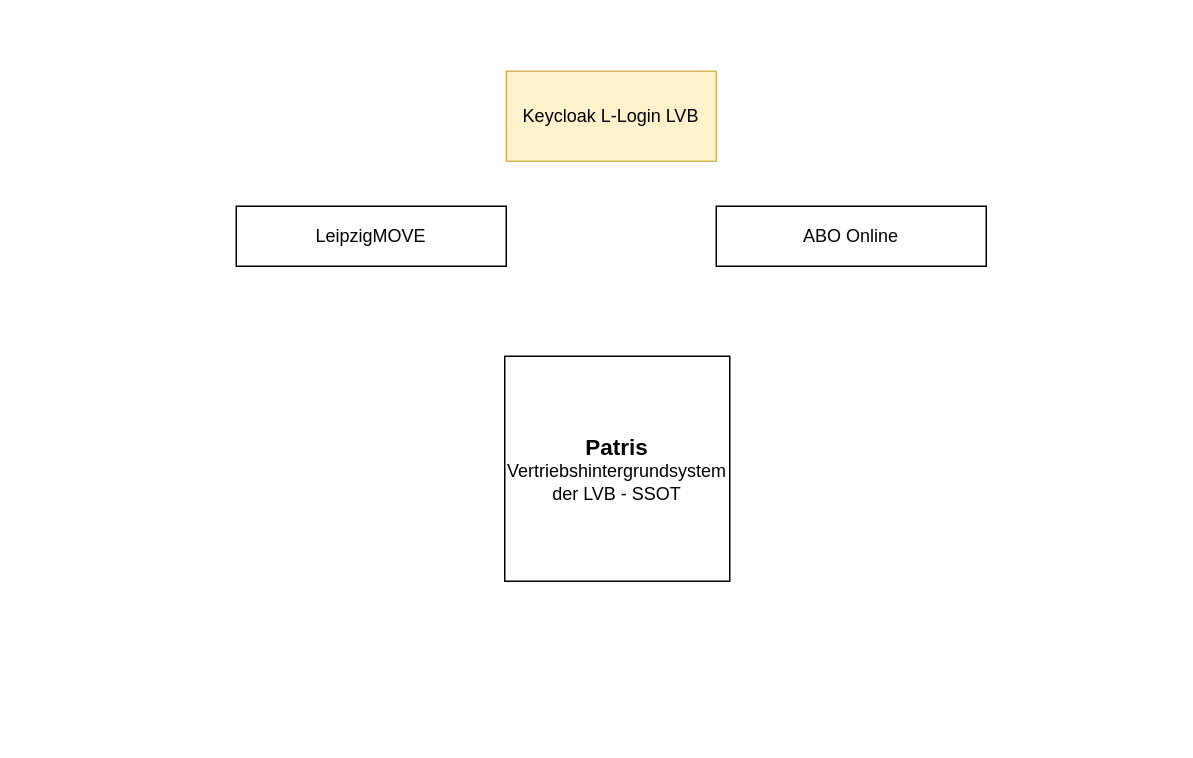
Earlier version of the draw.io diagram Untitled Diagram.drawio (MaLou2406/malou.github.io). Source tidied: cells renumbered, new cells numbered last; positions are measured from the earlier drawing's top-left corner, leaving out a move shared by most shapes. Both pictures are drawn from the tidied source at 150%, with x=0, y=0 at pixel (236, 70).
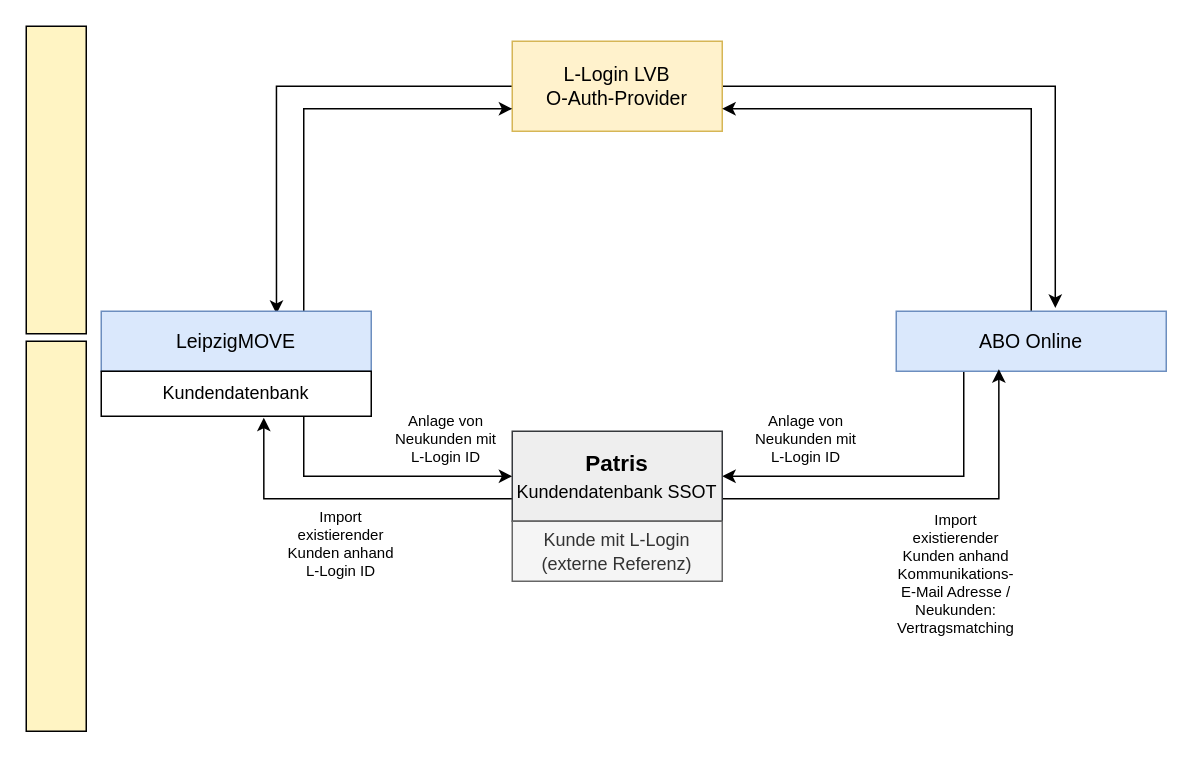
Above is the later version.

Diff of the diagram source:
```diff
@@
+    <mxCell id="6" style="edgeStyle=orthogonalEdgeStyle;rounded=0;jettySize=auto;html=1;exitX=1;exitY=0.5;exitDx=0;exitDy=0;entryX=0.589;entryY=-0.055;entryDx=0;entryDy=0;entryPerimeter=0;fontSize=10;" parent="1" edge="1" source="2" target="4">
+      <mxGeometry relative="1" as="geometry" />
+    </mxCell>
+    <mxCell id="7" style="edgeStyle=orthogonalEdgeStyle;rounded=0;jettySize=auto;html=1;exitX=0;exitY=0.5;exitDx=0;exitDy=0;entryX=0.649;entryY=0.045;entryDx=0;entryDy=0;fontSize=10;entryPerimeter=0;" parent="1" edge="1" source="2" target="3">
+      <mxGeometry relative="1" as="geometry" />
+    </mxCell>
-    <mxCell id="2" value="Keycloak L-Login LVB" style="rounded=0;whiteSpace=wrap;html=1;fillColor=#fff2cc;strokeColor=#d6b656;" parent="1" vertex="1">
-      <mxGeometry x="180" width="140" height="60" as="geometry" />
+    <mxCell id="2" value="L-Login LVB&lt;br&gt;O-Auth-Provider" style="rounded=0;whiteSpace=wrap;html=1;fillColor=#fff2cc;strokeColor=#d6b656;fontSize=13;" parent="1" vertex="1">
+      <mxGeometry x="184" y="-20" width="140" height="60" as="geometry" />
     </mxCell>
+    <mxCell id="8" style="edgeStyle=orthogonalEdgeStyle;rounded=0;jettySize=auto;html=1;exitX=0.75;exitY=0;exitDx=0;exitDy=0;entryX=0;entryY=0.75;entryDx=0;entryDy=0;fontSize=10;" parent="1" edge="1" source="3" target="2">
+      <mxGeometry relative="1" as="geometry" />
+    </mxCell>
-    <mxCell id="3" value="LeipzigMOVE" style="rounded=0;whiteSpace=wrap;html=1;" parent="1" vertex="1">
-      <mxGeometry y="90" width="180" height="40" as="geometry" />
+    <mxCell id="3" value="LeipzigMOVE" style="rounded=0;whiteSpace=wrap;html=1;fillColor=#dae8fc;strokeColor=#6c8ebf;fontSize=13;" parent="1" vertex="1">
+      <mxGeometry x="-90" y="160" width="180" height="40" as="geometry" />
     </mxCell>
+    <mxCell id="9" style="edgeStyle=orthogonalEdgeStyle;rounded=0;jettySize=auto;html=1;exitX=0.25;exitY=1;exitDx=0;exitDy=0;entryX=1;entryY=0.5;entryDx=0;entryDy=0;fontSize=10;" parent="1" edge="1" source="4" target="16">
+      <mxGeometry relative="1" as="geometry" />
+    </mxCell>
+    <mxCell id="10" style="edgeStyle=orthogonalEdgeStyle;rounded=0;jettySize=auto;html=1;exitX=0.5;exitY=0;exitDx=0;exitDy=0;entryX=1;entryY=0.75;entryDx=0;entryDy=0;fontSize=10;" parent="1" edge="1" source="4" target="2">
+      <mxGeometry relative="1" as="geometry" />
+    </mxCell>
-    <mxCell id="4" value="ABO Online" style="rounded=0;whiteSpace=wrap;html=1;" parent="1" vertex="1">
-      <mxGeometry x="320" y="90" width="180" height="40" as="geometry" />
+    <mxCell id="4" value="ABO Online" style="rounded=0;whiteSpace=wrap;html=1;fillColor=#dae8fc;strokeColor=#6c8ebf;fontSize=13;" parent="1" vertex="1">
+      <mxGeometry x="440" y="160" width="180" height="40" as="geometry" />
     </mxCell>
-    <mxCell id="5" value="&lt;font&gt;&lt;span style=&quot;font-size: 15px&quot;&gt;&lt;b&gt;Patris&lt;br&gt;&lt;/b&gt;&lt;/span&gt;&lt;/font&gt;Vertriebshintergrundsystem der LVB - SSOT" style="whiteSpace=wrap;html=1;" parent="1" vertex="1">
-      <mxGeometry x="179" y="190" width="150" height="150" as="geometry" />
-    </mxCell>
+    <mxCell id="11" style="edgeStyle=orthogonalEdgeStyle;rounded=0;jettySize=auto;html=1;exitX=0.75;exitY=1;exitDx=0;exitDy=0;entryX=0;entryY=0.5;entryDx=0;entryDy=0;fontSize=13;strokeColor=none;" parent="1" edge="1" source="13" target="16">
+      <mxGeometry relative="1" as="geometry" />
+    </mxCell>
+    <mxCell id="12" style="edgeStyle=orthogonalEdgeStyle;rounded=0;jettySize=auto;html=1;exitX=0.75;exitY=1;exitDx=0;exitDy=0;entryX=0;entryY=0.5;entryDx=0;entryDy=0;fontSize=13;" parent="1" edge="1" source="13" target="16">
+      <mxGeometry relative="1" as="geometry" />
+    </mxCell>
+    <mxCell id="13" value="Kundendatenbank" style="rounded=0;whiteSpace=wrap;html=1;fontSize=12;" parent="1" vertex="1">
+      <mxGeometry x="-90" y="200" width="180" height="30" as="geometry" />
+    </mxCell>
+    <mxCell id="14" style="edgeStyle=orthogonalEdgeStyle;rounded=0;jettySize=auto;html=1;exitX=0;exitY=0.75;exitDx=0;exitDy=0;entryX=0.602;entryY=1.033;entryDx=0;entryDy=0;entryPerimeter=0;fontSize=13;" parent="1" edge="1" source="16" target="13">
+      <mxGeometry relative="1" as="geometry" />
+    </mxCell>
+    <mxCell id="15" style="edgeStyle=orthogonalEdgeStyle;rounded=0;jettySize=auto;html=1;exitX=1;exitY=0.75;exitDx=0;exitDy=0;entryX=0.38;entryY=0.965;entryDx=0;entryDy=0;entryPerimeter=0;fontSize=10;" parent="1" edge="1" source="16" target="4">
+      <mxGeometry relative="1" as="geometry" />
+    </mxCell>
+    <mxCell id="16" value="&lt;font style=&quot;font-size: 12px&quot;&gt;&lt;span style=&quot;font-size: 15px&quot;&gt;&lt;b&gt;Patris&lt;br&gt;&lt;/b&gt;&lt;/span&gt;&lt;/font&gt;&lt;span style=&quot;font-size: 12px&quot;&gt;Kundendatenbank SSOT&lt;br&gt;&lt;/span&gt;" style="rounded=0;whiteSpace=wrap;html=1;fontSize=15;fillColor=#eeeeee;strokeColor=#36393d;" parent="1" vertex="1">
+      <mxGeometry x="184" y="240" width="140" height="60" as="geometry" />
+    </mxCell>
+    <mxCell id="17" value="Import existierender Kunden anhand L-Login ID" style="text;html=1;strokeColor=none;fillColor=none;align=center;verticalAlign=middle;whiteSpace=wrap;rounded=0;fontSize=10;" parent="1" vertex="1">
+      <mxGeometry x="30" y="270" width="80" height="90" as="geometry" />
+    </mxCell>
+    <mxCell id="18" value="&lt;span style=&quot;font-size: 12px&quot;&gt;Kunde mit L-Login (externe Referenz)&lt;/span&gt;" style="rounded=0;whiteSpace=wrap;html=1;fontSize=13;fillColor=#f5f5f5;strokeColor=#666666;fontColor=#333333;" parent="1" vertex="1">
+      <mxGeometry x="184" y="300" width="140" height="40" as="geometry" />
+    </mxCell>
+    <mxCell id="19" value="Import existierender Kunden anhand Kommunikations-E-Mail Adresse / Neukunden: Vertragsmatching" style="text;html=1;strokeColor=none;fillColor=none;align=center;verticalAlign=middle;whiteSpace=wrap;rounded=0;fontSize=10;" parent="1" vertex="1">
+      <mxGeometry x="440" y="290" width="80" height="90" as="geometry" />
+    </mxCell>
+    <mxCell id="20" value="Anlage von Neukunden mit L-Login ID" style="text;html=1;strokeColor=none;fillColor=none;align=center;verticalAlign=middle;whiteSpace=wrap;rounded=0;fontSize=10;" parent="1" vertex="1">
+      <mxGeometry x="100" y="200" width="80" height="90" as="geometry" />
+    </mxCell>
+    <mxCell id="21" value="Anlage von Neukunden mit L-Login ID" style="text;html=1;strokeColor=none;fillColor=none;align=center;verticalAlign=middle;whiteSpace=wrap;rounded=0;fontSize=10;" parent="1" vertex="1">
+      <mxGeometry x="340" y="200" width="80" height="90" as="geometry" />
+    </mxCell>
+    <mxCell id="22" style="rounded=0;whiteSpace=wrap;html=1;fontSize=10;fillColor=#FFF4C3;rotation=-90;labelBorderColor=none;horizontal=1;" parent="1" vertex="1">
+      <mxGeometry x="-222.5" y="52.5" width="205" height="40" as="geometry" />
+    </mxCell>
+    <mxCell id="23" style="rounded=0;whiteSpace=wrap;html=1;fontSize=10;fillColor=#FFF4C3;rotation=-90;" parent="1" vertex="1">
+      <mxGeometry x="-250" y="290" width="260" height="40" as="geometry" />
+    </mxCell>
```
